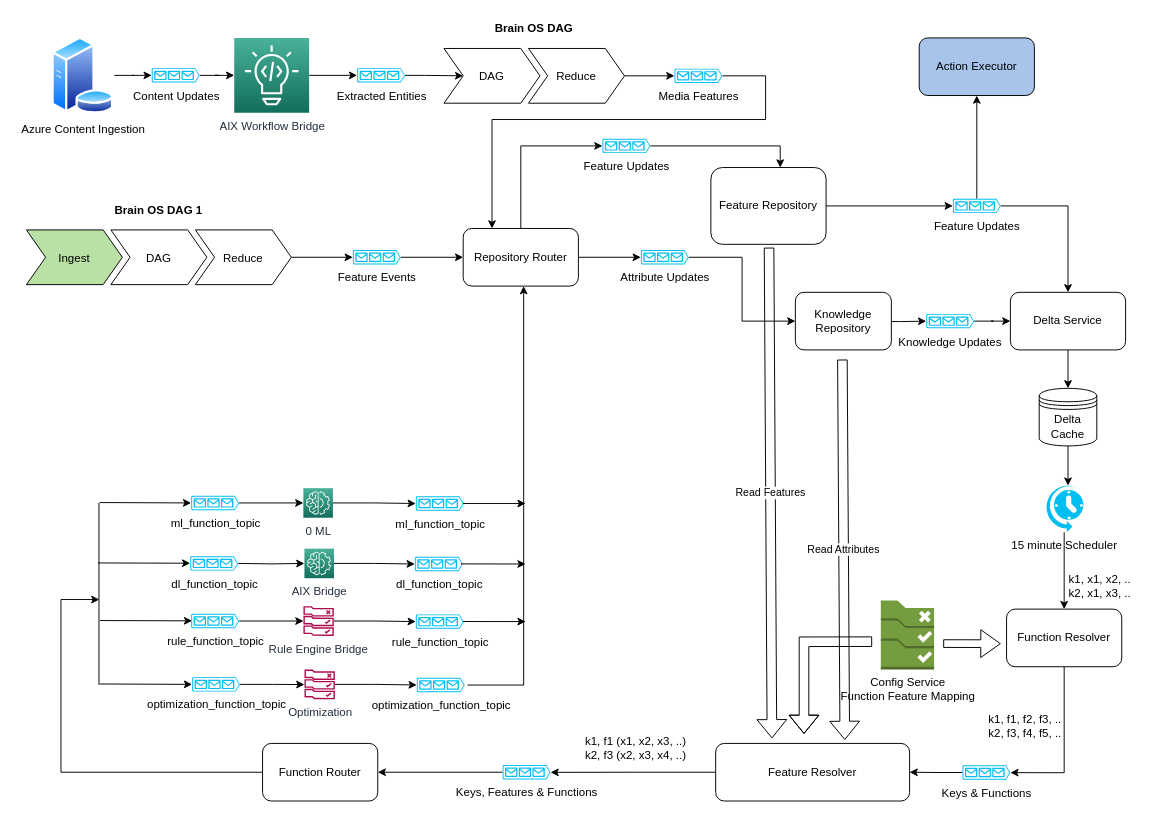
brain-os/brain-proto keeps this draw.io diagram as page "feature_lake" (1 of 7) of docs/diagram/BrainOS.drawio. Above is the earlier version. Source tidied: cells renumbered, new cells numbered last; positions are measured from the earlier drawing's top-left corner, leaving out a move shared by most shapes. Both pictures are drawn from the tidied source at 96%, with x=0, y=0 at pixel (16, 16).
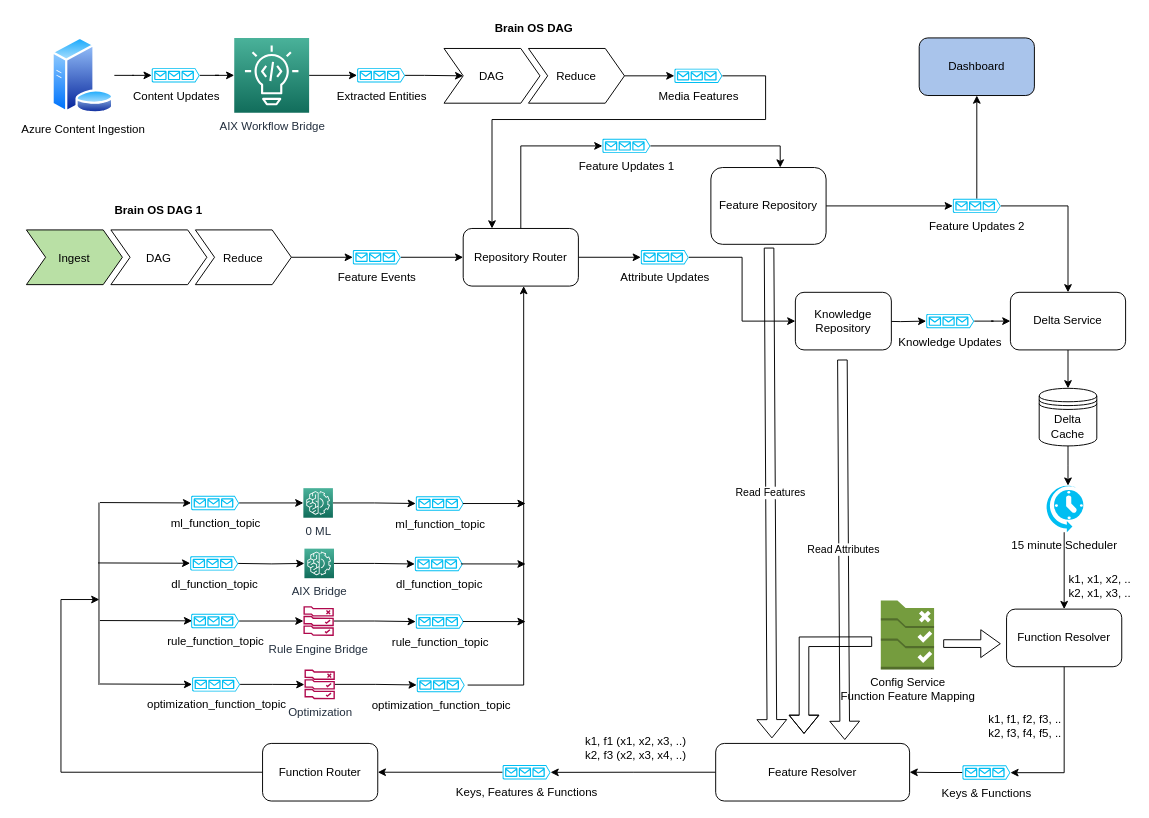
The same page after the edit.

Change to the diagram source:
```diff
@@
-    <mxCell id="62" value="Feature Updates" style="verticalLabelPosition=bottom;html=1;verticalAlign=top;align=center;strokeColor=none;fillColor=#00BEF2;shape=mxgraph.azure.queue_generic;" parent="1" vertex="1">
+    <mxCell id="62" value="Feature Updates 2" style="verticalLabelPosition=bottom;html=1;verticalAlign=top;align=center;strokeColor=none;fillColor=#00BEF2;shape=mxgraph.azure.queue_generic;" parent="1" vertex="1">
       <mxGeometry x="975" y="189.5" width="50" height="15" as="geometry" />
     </mxCell>
@@
-    <mxCell id="80" value="Action Executor" style="rounded=1;whiteSpace=wrap;html=1;fillColor=#A9C4EB;" parent="1" vertex="1">
+    <mxCell id="80" value="Dashboard" style="rounded=1;whiteSpace=wrap;html=1;fillColor=#A9C4EB;" parent="1" vertex="1">
       <mxGeometry x="940" y="22" width="120" height="60" as="geometry" />
     </mxCell>
@@
-    <mxCell id="84" value="Feature Updates" style="verticalLabelPosition=bottom;html=1;verticalAlign=top;align=center;strokeColor=none;fillColor=#00BEF2;shape=mxgraph.azure.queue_generic;" parent="1" vertex="1">
+    <mxCell id="84" value="Feature Updates 1" style="verticalLabelPosition=bottom;html=1;verticalAlign=top;align=center;strokeColor=none;fillColor=#00BEF2;shape=mxgraph.azure.queue_generic;" parent="1" vertex="1">
       <mxGeometry x="610" y="127" width="50" height="15" as="geometry" />
     </mxCell>
```
